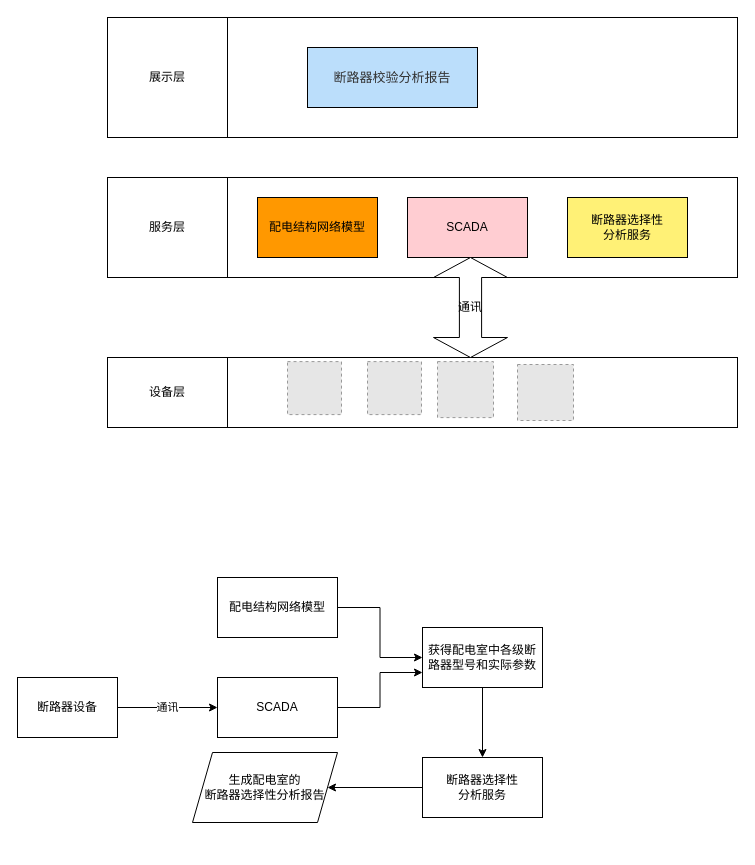
The draw.io diagram Untitled Diagram.drawio in jonathan2007/LearnGit, before the edit. Source tidied: cells renumbered, new cells numbered last; positions are measured from the earlier drawing's top-left corner, leaving out a move shared by most shapes. Both pictures are drawn from the tidied source at 100%, with x=0, y=0 at pixel (17, 17). Pictures stored in the file or linked from it are replaced by grey dashed boxes.
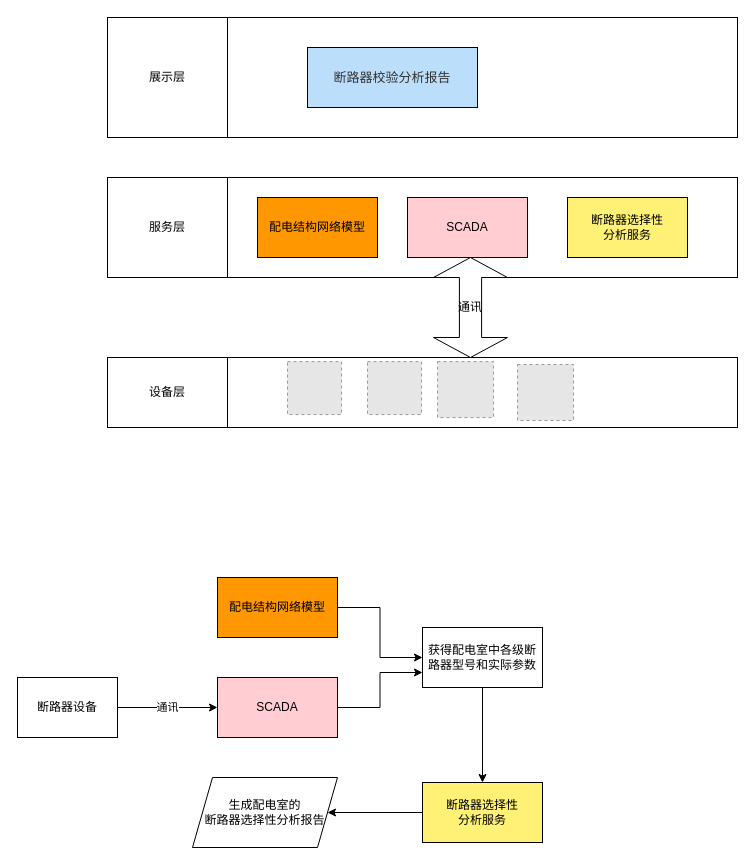
The same diagram, later.

The edit, as a diff of the source:
```diff
@@
-    <mxCell id="21" value="配电结构网络模型" style="rounded=0;whiteSpace=wrap;html=1;" parent="1" vertex="1">
+    <mxCell id="21" value="配电结构网络模型" style="rounded=0;whiteSpace=wrap;html=1;fillColor=#FF9800;" parent="1" vertex="1">
       <mxGeometry x="200" y="560" width="120" height="60" as="geometry" />
     </mxCell>
@@
-    <mxCell id="23" value="SCADA" style="rounded=0;whiteSpace=wrap;html=1;" parent="1" vertex="1">
+    <mxCell id="23" value="SCADA" style="rounded=0;whiteSpace=wrap;html=1;fillColor=#FFCDD2;" parent="1" vertex="1">
       <mxGeometry x="200" y="660" width="120" height="60" as="geometry" />
     </mxCell>
@@
-    <mxCell id="29" value="断路器选择性&lt;br&gt;分析服务" style="rounded=0;whiteSpace=wrap;html=1;" parent="1" vertex="1">
-      <mxGeometry x="405" y="740" width="120" height="60" as="geometry" />
+    <mxCell id="29" value="断路器选择性&lt;br&gt;分析服务" style="rounded=0;whiteSpace=wrap;html=1;fillColor=#FFF176;" parent="1" vertex="1">
+      <mxGeometry x="405" y="765" width="120" height="60" as="geometry" />
     </mxCell>
     <mxCell id="30" value="生成配电室的&lt;br&gt;断路器选择性分析报告" style="shape=parallelogram;perimeter=parallelogramPerimeter;whiteSpace=wrap;html=1;fixedSize=1;rounded=0;" parent="1" vertex="1">
-      <mxGeometry x="175" y="735" width="145" height="70" as="geometry" />
+      <mxGeometry x="175" y="760" width="145" height="70" as="geometry" />
     </mxCell>
```
